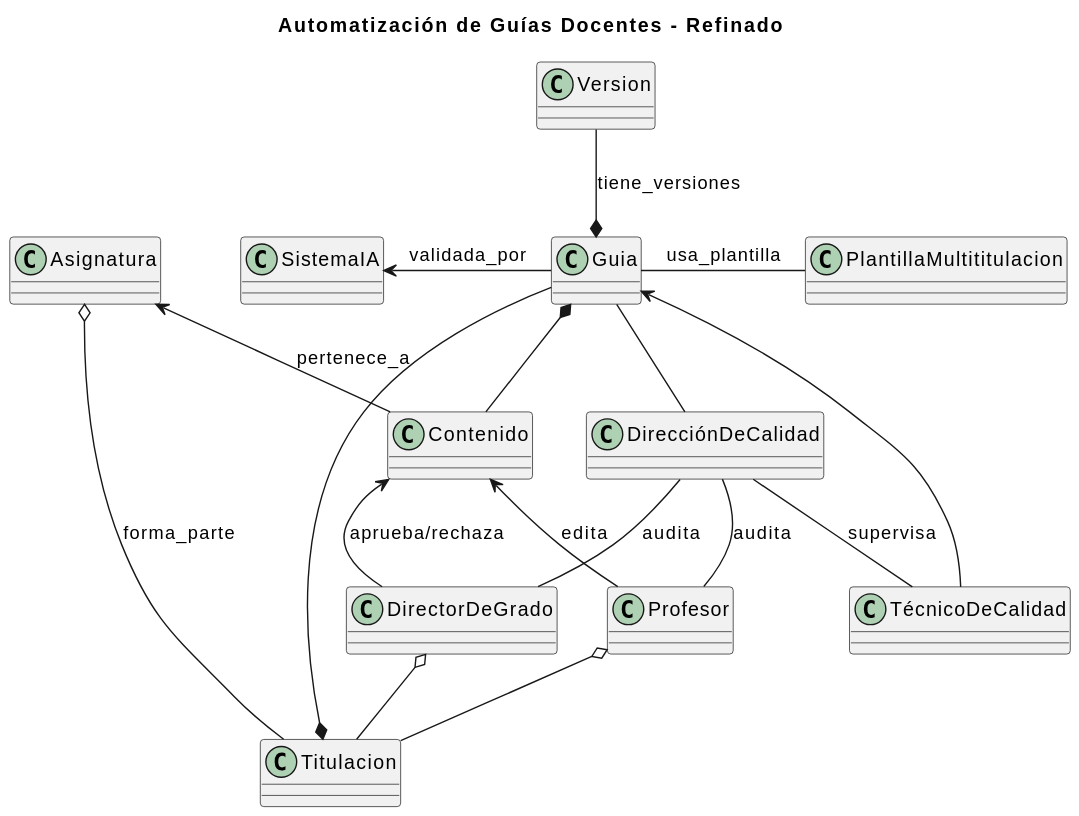
Before: images/modelosUML/DiagramaClases.svg, a diagram exported from PlantUML (mmasias/24-25-IdSw1-SDR). Source of this version:
```plantuml
@startuml
title Automatización de Guías Docentes - Refinado

class Profesor
class DirectorDeGrado
class TécnicoDeCalidad
class DirecciónDeCalidad
class Guia
class Contenido
class Titulacion
class Asignatura
class PlantillaMultititulacion
class SistemaIA
class Version


Guia -- DirecciónDeCalidad
Guia <-- TécnicoDeCalidad
Guia --* Titulacion
Guia *-- Contenido
Guia -right- PlantillaMultititulacion: usa_plantilla
Guia -left-> SistemaIA: validada_por
Guia *-up- Version: tiene_versiones


DirecciónDeCalidad -- TécnicoDeCalidad: supervisa
DirecciónDeCalidad -- Profesor: audita
DirecciónDeCalidad -- DirectorDeGrado: audita

Profesor o-- Titulacion
DirectorDeGrado o-- Titulacion

Contenido <-- DirectorDeGrado: aprueba/rechaza
Contenido <-- Profesor: edita
Asignatura <-- Contenido: pertenece_a
Asignatura o-- Titulacion: forma_parte
@enduml
```
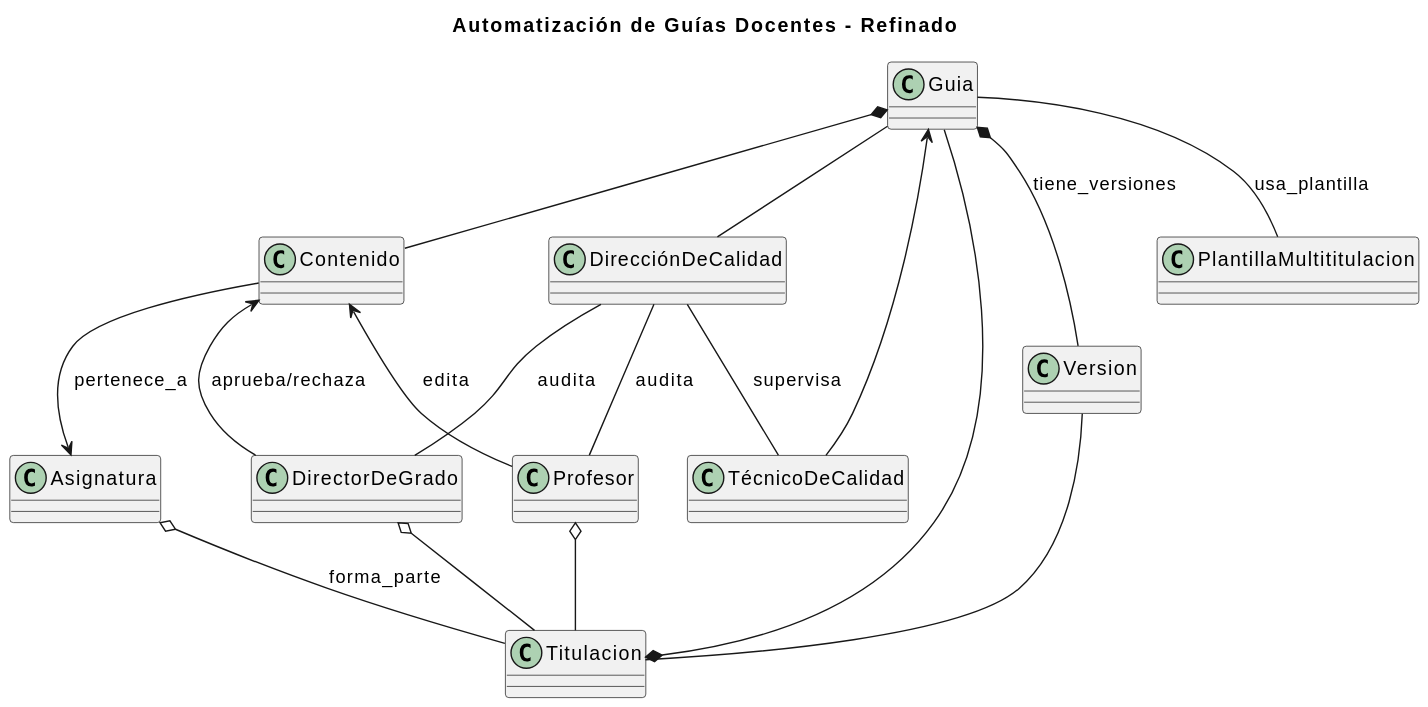
After the change.

Commit message:
Actualizando imagen diagrama clases iteracion 2

Change to the diagram source:
```diff
@@ -10,18 +10,14 @@
 class Titulacion
 class Asignatura
 class PlantillaMultititulacion
-class SistemaIA
 class Version
-
 
 Guia -- DirecciónDeCalidad
 Guia <-- TécnicoDeCalidad
 Guia --* Titulacion
 Guia *-- Contenido
-Guia -right- PlantillaMultititulacion: usa_plantilla
-Guia -left-> SistemaIA: validada_por
-Guia *-up- Version: tiene_versiones
-
+Guia -- PlantillaMultititulacion: usa_plantilla
+Guia *-- Version: tiene_versiones
 
 DirecciónDeCalidad -- TécnicoDeCalidad: supervisa
 DirecciónDeCalidad -- Profesor: audita
@@ -29,9 +25,11 @@
 
 Profesor o-- Titulacion
 DirectorDeGrado o-- Titulacion
+Version -- Titulacion
 
 Contenido <-- DirectorDeGrado: aprueba/rechaza
 Contenido <-- Profesor: edita
-Asignatura <-- Contenido: pertenece_a
+
+Asignatura <-up- Contenido: pertenece_a
 Asignatura o-- Titulacion: forma_parte
 @enduml
```
